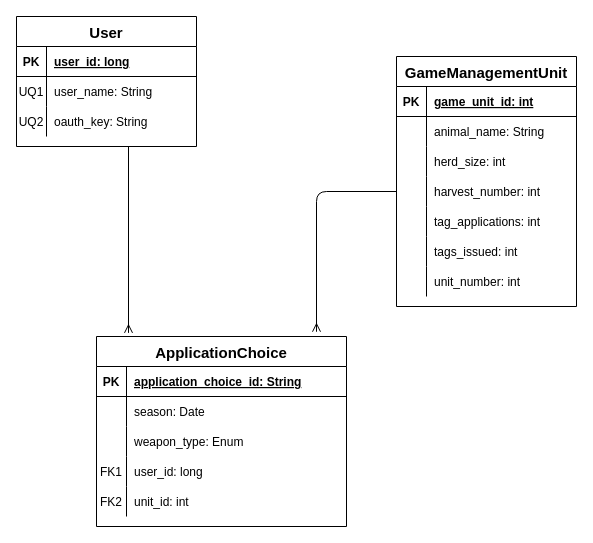
This is docs/work/erd.drawio from ddc-java-13/top-tag, a draw.io file, before an edit. Source tidied: cells renumbered, new cells numbered last; positions are measured from the earlier drawing's top-left corner, leaving out a move shared by most shapes. Both pictures are drawn from the tidied source at 100%, with x=0, y=0 at pixel (16, 16).
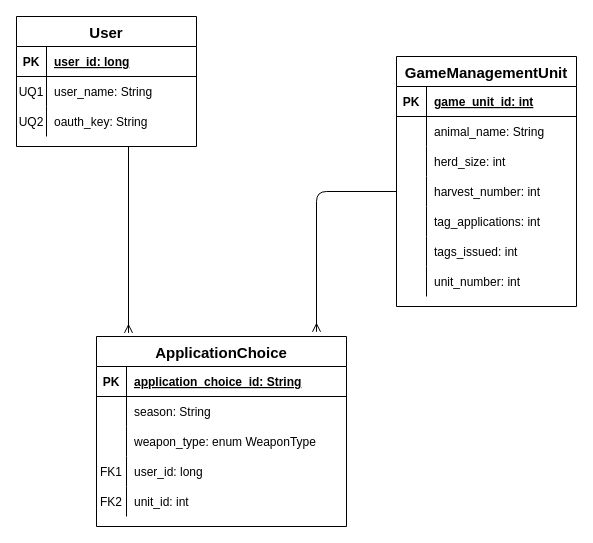
The same diagram, later.

Commit message (it also covers changes not shown here):
Updated erd to match entity changes.

Unchanged cells that the change refers to:
```xml
<mxCell id="38" style="shape=partialRectangle;fillColor=none;top=0;left=0;bottom=0;right=0;" parent="34" vertex="1">
  <mxGeometry y="60" width="250" height="30" as="geometry" />
</mxCell>
<mxCell id="41" style="shape=partialRectangle;fillColor=none;top=0;left=0;bottom=0;right=0;" parent="34" vertex="1">
  <mxGeometry y="90" width="250" height="30" as="geometry" />
</mxCell>
```

Diff of the diagram source:
```diff
@@
-    <mxCell id="40" value="season: Date" style="shape=partialRectangle;fillColor=none;top=0;left=0;bottom=0;right=0;align=left;spacingLeft=6;overflow=hidden;" parent="38" vertex="1">
+    <mxCell id="40" value="season: String" style="shape=partialRectangle;fillColor=none;top=0;left=0;bottom=0;right=0;align=left;spacingLeft=6;overflow=hidden;" parent="38" vertex="1">
       <mxGeometry x="30" width="220" height="30" as="geometry" />
     </mxCell>
@@
-    <mxCell id="43" value="weapon_type: Enum" style="shape=partialRectangle;fillColor=none;top=0;left=0;bottom=0;right=0;align=left;spacingLeft=6;overflow=hidden;" parent="41" vertex="1">
+    <mxCell id="43" value="weapon_type: enum WeaponType" style="shape=partialRectangle;fillColor=none;top=0;left=0;bottom=0;right=0;align=left;spacingLeft=6;overflow=hidden;" parent="41" vertex="1">
       <mxGeometry x="30" width="220" height="30" as="geometry" />
     </mxCell>
```
